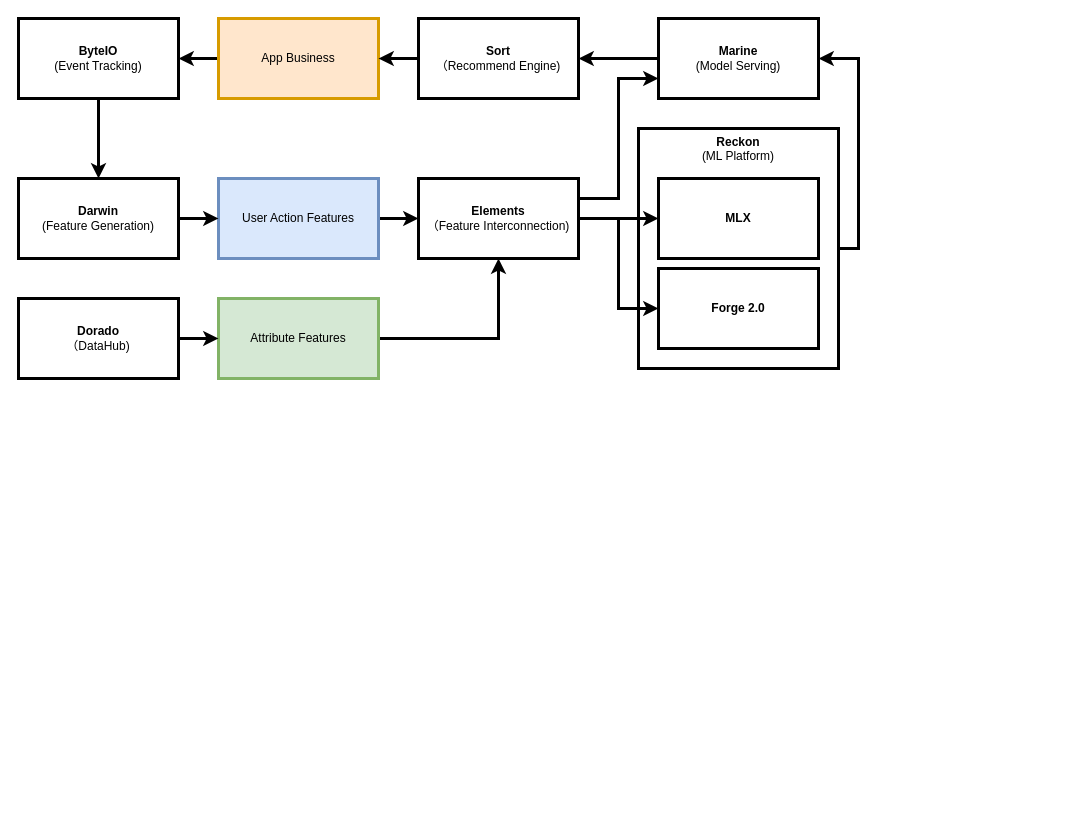
kleon1024/draw keeps this draw.io diagram as product/RankStage.drawio. Above is the earlier version. Source tidied: cells renumbered, new cells numbered last; positions are measured from the earlier drawing's top-left corner, leaving out a move shared by most shapes. Both pictures are drawn from the tidied source at 100%, with x=0, y=0 at pixel (18, 18).
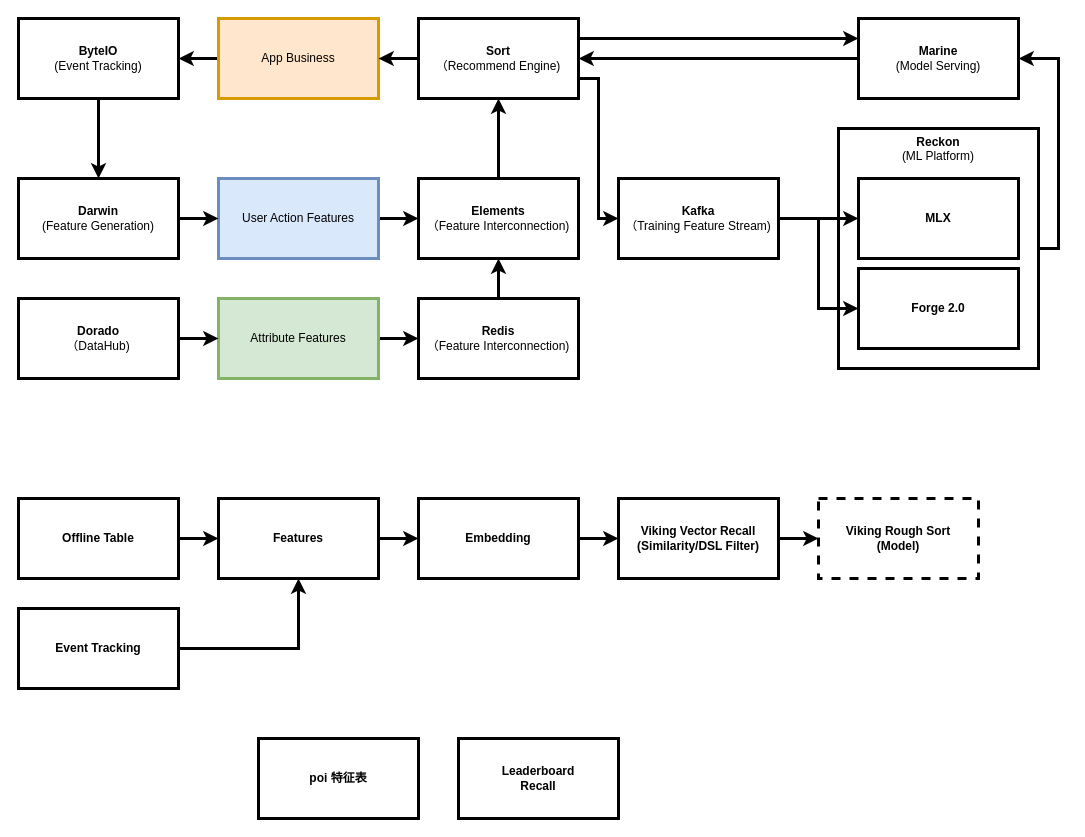
Above is the later version.

The change refers to these unchanged cells:
```xml
<mxCell id="4" value="&lt;b&gt;MLX&lt;/b&gt;" style="rounded=0;whiteSpace=wrap;html=1;strokeWidth=3;" parent="2" vertex="1">
  <mxGeometry x="20" y="50" width="160" height="80" as="geometry" />
</mxCell>
<mxCell id="5" value="&lt;b&gt;Forge 2.0&lt;/b&gt;" style="rounded=0;whiteSpace=wrap;html=1;strokeWidth=3;" parent="2" vertex="1">
  <mxGeometry x="20" y="140" width="160" height="80" as="geometry" />
</mxCell>
<mxCell id="9" value="Attribute Features" style="rounded=0;whiteSpace=wrap;html=1;strokeWidth=3;fillColor=#d5e8d4;strokeColor=#82b366;" parent="1" vertex="1">
  <mxGeometry x="200" y="280" width="160" height="80" as="geometry" />
</mxCell>
<mxCell id="16" value="&lt;b&gt;Elements&lt;/b&gt;&lt;br&gt;（Feature Interconnection)" style="rounded=0;whiteSpace=wrap;html=1;strokeWidth=3;" parent="1" vertex="1">
  <mxGeometry x="400" y="160" width="160" height="80" as="geometry" />
</mxCell>
<mxCell id="26" value="&lt;b&gt;Sort&lt;br&gt;&lt;/b&gt;（Recommend Engine)" style="rounded=0;whiteSpace=wrap;html=1;strokeWidth=3;" parent="1" vertex="1">
  <mxGeometry x="400" width="160" height="80" as="geometry" />
</mxCell>
```

Change to the diagram source:
```diff
@@
     <mxCell id="2" style="group;" parent="1" vertex="1">
-      <mxGeometry x="620" y="110" width="200" height="240" as="geometry" />
+      <mxGeometry x="820" y="110" width="200" height="240" as="geometry" />
     </mxCell>
@@
-    <mxCell id="8" style="edgeStyle=orthogonalEdgeStyle;rounded=0;jettySize=auto;html=1;exitX=1;exitY=0.5;exitDx=0;exitDy=0;strokeWidth=3;" parent="1" edge="1" source="9" target="16">
-      <mxGeometry relative="1" as="geometry" />
-    </mxCell>
+    <mxCell id="27" style="edgeStyle=orthogonalEdgeStyle;rounded=0;jettySize=auto;html=1;exitX=1;exitY=0.5;exitDx=0;exitDy=0;strokeWidth=3;fontColor=default;" parent="1" edge="1" source="9" target="32">
+      <mxGeometry relative="1" as="geometry" />
+    </mxCell>
@@
-    <mxCell id="14" style="edgeStyle=orthogonalEdgeStyle;rounded=0;jettySize=auto;html=1;exitX=1;exitY=0.5;exitDx=0;exitDy=0;strokeWidth=3;fontColor=default;" parent="1" edge="1" source="16" target="4">
-      <mxGeometry relative="1" as="geometry" />
-    </mxCell>
-    <mxCell id="15" style="edgeStyle=orthogonalEdgeStyle;rounded=0;jettySize=auto;html=1;exitX=1;exitY=0.25;exitDx=0;exitDy=0;entryX=0;entryY=0.75;entryDx=0;entryDy=0;strokeWidth=3;fontColor=default;" parent="1" edge="1" source="16" target="21">
-      <mxGeometry relative="1" as="geometry">
-        <Array as="points">
-          <mxPoint x="600" y="180" />
-          <mxPoint x="600" y="60" />
-        </Array>
-      </mxGeometry>
-    </mxCell>
+    <mxCell id="28" style="edgeStyle=orthogonalEdgeStyle;rounded=0;jettySize=auto;html=1;exitX=0.5;exitY=0;exitDx=0;exitDy=0;entryX=0.5;entryY=1;entryDx=0;entryDy=0;strokeWidth=3;fontColor=default;" parent="1" edge="1" source="16" target="26">
+      <mxGeometry relative="1" as="geometry" />
+    </mxCell>
@@
-    <mxCell id="19" style="edgeStyle=orthogonalEdgeStyle;rounded=0;jettySize=auto;html=1;exitX=1;exitY=0.5;exitDx=0;exitDy=0;entryX=0;entryY=0.5;entryDx=0;entryDy=0;strokeWidth=3;" parent="1" edge="1" source="16" target="5">
-      <mxGeometry relative="1" as="geometry" />
-    </mxCell>
@@
     <mxCell id="21" value="&lt;b&gt;Marine&lt;br&gt;&lt;/b&gt;(Model Serving)" style="rounded=0;whiteSpace=wrap;html=1;strokeWidth=3;" parent="1" vertex="1">
-      <mxGeometry x="640" width="160" height="80" as="geometry" />
+      <mxGeometry x="840" width="160" height="80" as="geometry" />
     </mxCell>
@@
+    <mxCell id="29" style="edgeStyle=orthogonalEdgeStyle;rounded=0;jettySize=auto;html=1;exitX=1;exitY=0.25;exitDx=0;exitDy=0;entryX=0;entryY=0.25;entryDx=0;entryDy=0;strokeWidth=3;fontColor=default;" parent="1" edge="1" source="26" target="21">
+      <mxGeometry relative="1" as="geometry" />
+    </mxCell>
+    <mxCell id="30" style="edgeStyle=orthogonalEdgeStyle;rounded=0;jettySize=auto;html=1;exitX=1;exitY=0.75;exitDx=0;exitDy=0;entryX=0;entryY=0.5;entryDx=0;entryDy=0;strokeWidth=3;fontColor=default;" parent="1" edge="1" source="26" target="35">
+      <mxGeometry relative="1" as="geometry" />
+    </mxCell>
@@
+    <mxCell id="31" style="edgeStyle=orthogonalEdgeStyle;rounded=0;jettySize=auto;html=1;exitX=0.5;exitY=0;exitDx=0;exitDy=0;strokeWidth=3;fontColor=default;" parent="1" edge="1" source="32" target="16">
+      <mxGeometry relative="1" as="geometry" />
+    </mxCell>
+    <mxCell id="32" value="&lt;b&gt;Redis&lt;br&gt;&lt;/b&gt;（Feature Interconnection)" style="rounded=0;whiteSpace=wrap;html=1;strokeWidth=3;" parent="1" vertex="1">
+      <mxGeometry x="400" y="280" width="160" height="80" as="geometry" />
+    </mxCell>
+    <mxCell id="33" style="edgeStyle=orthogonalEdgeStyle;rounded=0;jettySize=auto;html=1;exitX=1;exitY=0.5;exitDx=0;exitDy=0;entryX=0;entryY=0.5;entryDx=0;entryDy=0;strokeWidth=3;fontColor=default;" parent="1" edge="1" source="35" target="5">
+      <mxGeometry relative="1" as="geometry" />
+    </mxCell>
+    <mxCell id="34" style="edgeStyle=orthogonalEdgeStyle;rounded=0;jettySize=auto;html=1;exitX=1;exitY=0.5;exitDx=0;exitDy=0;entryX=0;entryY=0.5;entryDx=0;entryDy=0;strokeWidth=3;fontColor=default;" parent="1" edge="1" source="35" target="4">
+      <mxGeometry relative="1" as="geometry" />
+    </mxCell>
+    <mxCell id="35" value="&lt;b&gt;Kafka&lt;br&gt;&lt;/b&gt;（Training Feature Stream)" style="rounded=0;whiteSpace=wrap;html=1;strokeWidth=3;" parent="1" vertex="1">
+      <mxGeometry x="600" y="160" width="160" height="80" as="geometry" />
+    </mxCell>
+    <mxCell id="36" style="edgeStyle=orthogonalEdgeStyle;rounded=0;jettySize=auto;html=1;exitX=1;exitY=0.5;exitDx=0;exitDy=0;entryX=0;entryY=0.5;entryDx=0;entryDy=0;strokeWidth=3;" parent="1" edge="1" source="37" target="41">
+      <mxGeometry relative="1" as="geometry" />
+    </mxCell>
+    <mxCell id="37" value="&lt;b&gt;Features&lt;/b&gt;" style="rounded=0;whiteSpace=wrap;html=1;strokeWidth=3;" parent="1" vertex="1">
+      <mxGeometry x="200" y="480" width="160" height="80" as="geometry" />
+    </mxCell>
+    <mxCell id="38" style="edgeStyle=orthogonalEdgeStyle;rounded=0;jettySize=auto;html=1;exitX=1;exitY=0.5;exitDx=0;exitDy=0;entryX=0;entryY=0.5;entryDx=0;entryDy=0;strokeWidth=3;" parent="1" edge="1" source="39" target="46">
+      <mxGeometry relative="1" as="geometry" />
+    </mxCell>
+    <mxCell id="39" value="&lt;b&gt;Viking Vector Recall&lt;br&gt;(Similarity/DSL Filter)&lt;br&gt;&lt;/b&gt;" style="rounded=0;whiteSpace=wrap;html=1;strokeWidth=3;" parent="1" vertex="1">
+      <mxGeometry x="600" y="480" width="160" height="80" as="geometry" />
+    </mxCell>
+    <mxCell id="40" style="edgeStyle=orthogonalEdgeStyle;rounded=0;jettySize=auto;html=1;exitX=1;exitY=0.5;exitDx=0;exitDy=0;entryX=0;entryY=0.5;entryDx=0;entryDy=0;strokeWidth=3;" parent="1" edge="1" source="41" target="39">
+      <mxGeometry relative="1" as="geometry" />
+    </mxCell>
+    <mxCell id="41" value="&lt;b&gt;Embedding&lt;/b&gt;" style="rounded=0;whiteSpace=wrap;html=1;strokeWidth=3;" parent="1" vertex="1">
+      <mxGeometry x="400" y="480" width="160" height="80" as="geometry" />
+    </mxCell>
+    <mxCell id="42" style="edgeStyle=orthogonalEdgeStyle;rounded=0;jettySize=auto;html=1;exitX=1;exitY=0.5;exitDx=0;exitDy=0;strokeWidth=3;" parent="1" edge="1" source="43" target="37">
+      <mxGeometry relative="1" as="geometry" />
+    </mxCell>
+    <mxCell id="43" value="&lt;b&gt;Offline Table&lt;/b&gt;" style="rounded=0;whiteSpace=wrap;html=1;strokeWidth=3;" parent="1" vertex="1">
+      <mxGeometry y="480" width="160" height="80" as="geometry" />
+    </mxCell>
+    <mxCell id="44" style="edgeStyle=orthogonalEdgeStyle;rounded=0;jettySize=auto;html=1;exitX=1;exitY=0.5;exitDx=0;exitDy=0;strokeWidth=3;" parent="1" edge="1" source="45" target="37">
+      <mxGeometry relative="1" as="geometry" />
+    </mxCell>
+    <mxCell id="45" value="&lt;b&gt;Event Tracking&lt;/b&gt;" style="rounded=0;whiteSpace=wrap;html=1;strokeWidth=3;" parent="1" vertex="1">
+      <mxGeometry y="590" width="160" height="80" as="geometry" />
+    </mxCell>
+    <mxCell id="46" value="&lt;b&gt;Viking Rough Sort&lt;br&gt;(Model)&lt;br&gt;&lt;/b&gt;" style="rounded=0;whiteSpace=wrap;html=1;strokeWidth=3;dashed=1;" parent="1" vertex="1">
+      <mxGeometry x="800" y="480" width="160" height="80" as="geometry" />
+    </mxCell>
+    <mxCell id="47" value="&lt;b&gt;Leaderboard&lt;br&gt;Recall&lt;br&gt;&lt;/b&gt;" style="rounded=0;whiteSpace=wrap;html=1;strokeWidth=3;" parent="1" vertex="1">
+      <mxGeometry x="440" y="720" width="160" height="80" as="geometry" />
+    </mxCell>
+    <mxCell id="48" value="&lt;b&gt;poi 特征表&lt;br&gt;&lt;/b&gt;" style="rounded=0;whiteSpace=wrap;html=1;strokeWidth=3;" parent="1" vertex="1">
+      <mxGeometry x="240" y="720" width="160" height="80" as="geometry" />
+    </mxCell>
```
